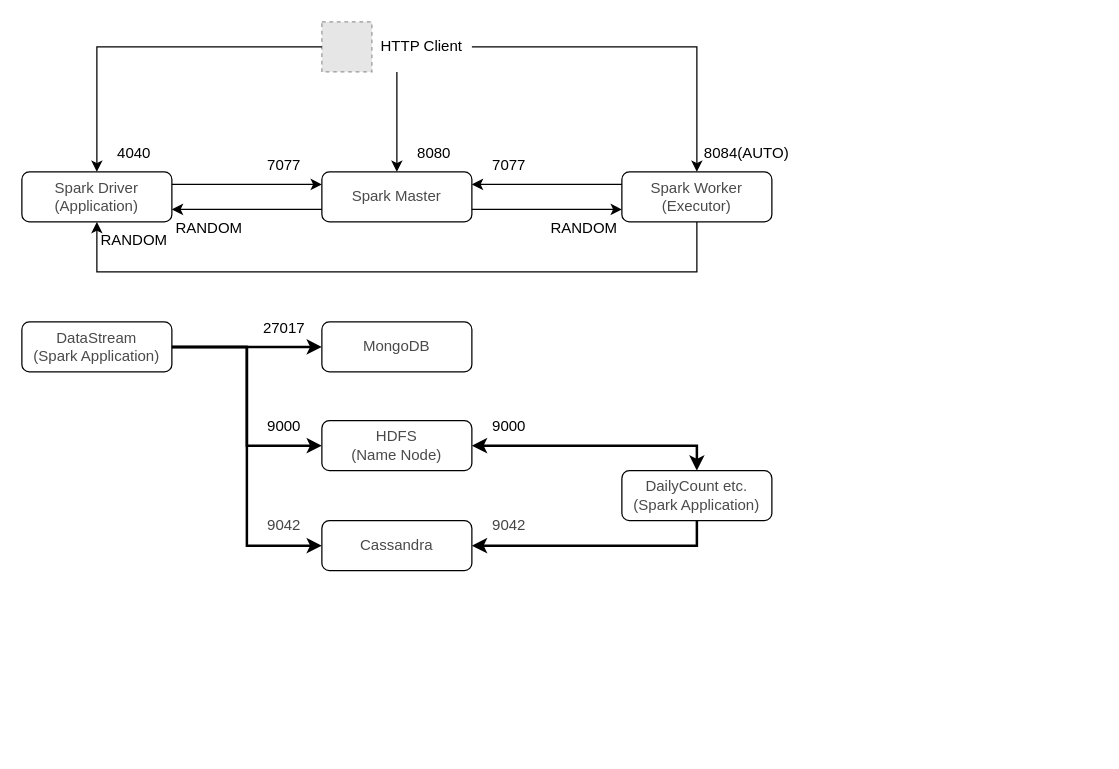
Above: page "Spark" (10 of 14) of Developer's Guide/MataElang Services.drawio in mata-elang-stable/DevelopersGuide (draw.io), before the change. Source tidied: cells renumbered, new cells numbered last; positions are measured from the earlier drawing's top-left corner, leaving out a move shared by most shapes. Both pictures are drawn from the tidied source at 125%, with x=0, y=0 at pixel (21, 21). Pictures stored in the file or linked from it are replaced by grey dashed boxes.
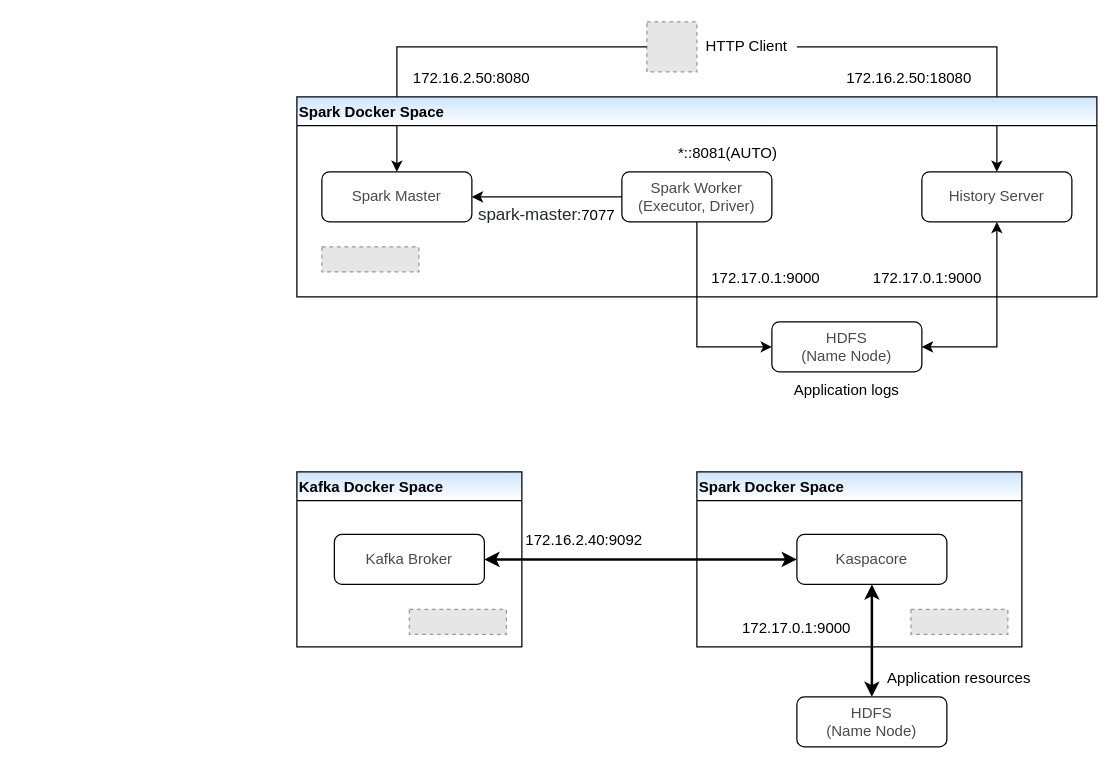
After the change.

Commit message (it also covers changes not shown here):
Add Spark diagram

The edit, as a diff of the source:
```diff
@@
-    <mxCell id="0" />
-    <mxCell id="1" parent="0" />
-    <mxCell id="2" style="group;" parent="1" vertex="1">
-      <mxGeometry width="620" height="200" as="geometry" />
-    </mxCell>
+    <mxCell id="41" />
+    <mxCell id="42" parent="41" />
+    <mxCell id="43" style="group;" parent="42" vertex="1">
+      <mxGeometry x="220" width="640" height="310" as="geometry" />
+    </mxCell>
-    <mxCell id="3" value="&lt;font color=&quot;#4a4a4a&quot;&gt;Spark Master&lt;/font&gt;" style="rounded=1;whiteSpace=wrap;html=1;fontSize=12;glass=0;strokeWidth=1;shadow=0;" parent="2" vertex="1">
-      <mxGeometry x="240" y="120" width="120" height="40" as="geometry" />
+    <mxCell id="3" value="&lt;font color=&quot;#4a4a4a&quot;&gt;Spark Master&lt;/font&gt;" style="rounded=1;whiteSpace=wrap;html=1;fontSize=12;glass=0;strokeWidth=1;shadow=0;" parent="43" vertex="1">
+      <mxGeometry x="20" y="120" width="120" height="40" as="geometry" />
     </mxCell>
-    <mxCell id="4" value="&lt;font color=&quot;#4a4a4a&quot;&gt;Spark Worker&lt;br&gt;(Executor)&lt;br&gt;&lt;/font&gt;" style="rounded=1;whiteSpace=wrap;html=1;fontSize=12;glass=0;strokeWidth=1;shadow=0;" parent="2" vertex="1">
-      <mxGeometry x="480" y="120" width="120" height="40" as="geometry" />
-    </mxCell>
-    <mxCell id="5" value="&lt;font color=&quot;#4a4a4a&quot;&gt;Spark Driver&lt;br&gt;(Application)&lt;br&gt;&lt;/font&gt;" style="rounded=1;whiteSpace=wrap;html=1;fontSize=12;glass=0;strokeWidth=1;shadow=0;" parent="2" vertex="1">
-      <mxGeometry y="120" width="120" height="40" as="geometry" />
-    </mxCell>
-    <mxCell id="6" value="8080" style="text;html=1;strokeColor=none;fillColor=none;align=center;verticalAlign=middle;whiteSpace=wrap;rounded=0;" parent="2" vertex="1">
-      <mxGeometry x="300" y="90" width="60" height="30" as="geometry" />
-    </mxCell>
-    <mxCell id="7" style="group;" parent="2" vertex="1">
-      <mxGeometry x="240" width="120" height="40" as="geometry" />
-    </mxCell>
+    <mxCell id="44" value="&lt;font color=&quot;#4a4a4a&quot;&gt;Spark Worker&lt;br&gt;(Executor, Driver)&lt;br&gt;&lt;/font&gt;" style="rounded=1;whiteSpace=wrap;html=1;fontSize=12;glass=0;strokeWidth=1;shadow=0;" parent="43" vertex="1">
+      <mxGeometry x="260" y="120" width="120" height="40" as="geometry" />
+    </mxCell>
+    <mxCell id="45" value="172.16.2.50:8080" style="text;html=1;strokeColor=none;fillColor=none;align=center;verticalAlign=middle;whiteSpace=wrap;rounded=0;" parent="43" vertex="1">
+      <mxGeometry x="80" y="30" width="120" height="30" as="geometry" />
+    </mxCell>
+    <mxCell id="46" style="group;" parent="43" vertex="1">
+      <mxGeometry x="280" width="120" height="40" as="geometry" />
+    </mxCell>
-    <mxCell id="8" value="HTTP Client" style="rounded=1;whiteSpace=wrap;html=1;fontSize=12;glass=0;strokeWidth=1;shadow=0;strokeColor=none;fillColor=none;" parent="7" vertex="1">
+    <mxCell id="8" value="HTTP Client" style="rounded=1;whiteSpace=wrap;html=1;fontSize=12;glass=0;strokeWidth=1;shadow=0;strokeColor=none;fillColor=none;" parent="46" vertex="1">
       <mxGeometry x="40" width="80" height="40" as="geometry" />
     </mxCell>
-    <mxCell id="9" style="fillColor=#E6E6E6;strokeColor=#999999;dashed=1;verticalLabelPosition=bottom;labelBackgroundColor=#ffffff;verticalAlign=top;" parent="7" vertex="1">
+    <mxCell id="9" style="fillColor=#E6E6E6;strokeColor=#999999;dashed=1;verticalLabelPosition=bottom;labelBackgroundColor=#ffffff;verticalAlign=top;" parent="46" vertex="1">
       <mxGeometry width="40" height="40" as="geometry" />
     </mxCell>
-    <mxCell id="10" style="endArrow=classic;html=1;rounded=0;edgeStyle=orthogonalEdgeStyle;exitX=0.25;exitY=1;exitDx=0;exitDy=0;entryX=0.5;entryY=0;entryDx=0;entryDy=0;" parent="2" edge="1" source="8" target="3">
-      <mxGeometry relative="1" as="geometry" />
-    </mxCell>
-    <mxCell id="11" style="endArrow=classic;html=1;rounded=0;edgeStyle=orthogonalEdgeStyle;exitX=1;exitY=0.5;exitDx=0;exitDy=0;entryX=0.5;entryY=0;entryDx=0;entryDy=0;" parent="2" edge="1" source="8" target="4">
-      <mxGeometry relative="1" as="geometry" />
-    </mxCell>
-    <mxCell id="12" value="8084(AUTO)" style="text;html=1;strokeColor=none;fillColor=none;align=center;verticalAlign=middle;whiteSpace=wrap;rounded=0;" parent="2" vertex="1">
-      <mxGeometry x="540" y="90" width="80" height="30" as="geometry" />
-    </mxCell>
-    <mxCell id="13" style="endArrow=classic;html=1;rounded=0;edgeStyle=orthogonalEdgeStyle;exitX=1;exitY=0.25;exitDx=0;exitDy=0;entryX=0;entryY=0.25;entryDx=0;entryDy=0;" parent="2" edge="1" source="5" target="3">
-      <mxGeometry relative="1" as="geometry" />
-    </mxCell>
-    <mxCell id="14" value="7077" style="text;html=1;strokeColor=none;fillColor=none;align=center;verticalAlign=middle;whiteSpace=wrap;rounded=0;" parent="2" vertex="1">
-      <mxGeometry x="180" y="100" width="60" height="30" as="geometry" />
-    </mxCell>
-    <mxCell id="15" style="endArrow=classic;html=1;rounded=0;edgeStyle=orthogonalEdgeStyle;exitX=0;exitY=0.25;exitDx=0;exitDy=0;" parent="2" edge="1" source="4">
-      <mxGeometry relative="1" as="geometry">
-        <mxPoint x="360" y="130" as="targetPoint" />
-      </mxGeometry>
-    </mxCell>
-    <mxCell id="16" value="7077" style="text;html=1;strokeColor=none;fillColor=none;align=center;verticalAlign=middle;whiteSpace=wrap;rounded=0;" parent="2" vertex="1">
-      <mxGeometry x="360" y="100" width="60" height="30" as="geometry" />
-    </mxCell>
-    <mxCell id="17" style="endArrow=classic;html=1;rounded=0;exitX=1;exitY=0.75;exitDx=0;exitDy=0;entryX=0;entryY=0.75;entryDx=0;entryDy=0;" parent="2" edge="1" source="3" target="4">
-      <mxGeometry relative="1" as="geometry" />
-    </mxCell>
-    <mxCell id="18" value="RANDOM" style="text;html=1;strokeColor=none;fillColor=none;align=center;verticalAlign=middle;whiteSpace=wrap;rounded=0;" parent="2" vertex="1">
-      <mxGeometry x="420" y="150" width="60" height="30" as="geometry" />
-    </mxCell>
-    <mxCell id="19" style="endArrow=classic;html=1;rounded=0;exitX=0;exitY=0.75;exitDx=0;exitDy=0;entryX=1;entryY=0.75;entryDx=0;entryDy=0;" parent="2" edge="1" source="3" target="5">
-      <mxGeometry relative="1" as="geometry" />
-    </mxCell>
-    <mxCell id="20" value="RANDOM" style="text;html=1;strokeColor=none;fillColor=none;align=center;verticalAlign=middle;whiteSpace=wrap;rounded=0;" parent="2" vertex="1">
-      <mxGeometry x="120" y="150" width="60" height="30" as="geometry" />
-    </mxCell>
-    <mxCell id="21" value="4040" style="text;html=1;strokeColor=none;fillColor=none;align=center;verticalAlign=middle;whiteSpace=wrap;rounded=0;" parent="2" vertex="1">
-      <mxGeometry x="60" y="90" width="60" height="30" as="geometry" />
-    </mxCell>
-    <mxCell id="22" style="endArrow=classic;html=1;rounded=0;edgeStyle=orthogonalEdgeStyle;exitX=0.5;exitY=1;exitDx=0;exitDy=0;entryX=0.5;entryY=1;entryDx=0;entryDy=0;" parent="2" edge="1" source="4" target="5">
-      <mxGeometry relative="1" as="geometry">
-        <Array as="points">
-          <mxPoint x="540" y="200" />
-          <mxPoint x="60" y="200" />
-        </Array>
-      </mxGeometry>
-    </mxCell>
-    <mxCell id="23" style="endArrow=classic;html=1;rounded=0;edgeStyle=orthogonalEdgeStyle;exitX=0;exitY=0.5;exitDx=0;exitDy=0;entryX=0.5;entryY=0;entryDx=0;entryDy=0;" parent="2" edge="1" source="9" target="5">
-      <mxGeometry relative="1" as="geometry" />
-    </mxCell>
-    <mxCell id="24" value="RANDOM" style="text;html=1;strokeColor=none;fillColor=none;align=center;verticalAlign=middle;whiteSpace=wrap;rounded=0;" parent="2" vertex="1">
-      <mxGeometry x="60" y="160" width="60" height="30" as="geometry" />
-    </mxCell>
-    <mxCell id="25" style="group;" parent="1" vertex="1">
-      <mxGeometry y="230" width="600" height="209" as="geometry" />
-    </mxCell>
-    <mxCell id="26" value="&lt;font color=&quot;#4a4a4a&quot;&gt;&lt;span style=&quot;background-color: rgb(255 , 255 , 255)&quot;&gt;DataStream&lt;br&gt;(Spark Application)&lt;br&gt;&lt;/span&gt;&lt;/font&gt;" style="rounded=1;whiteSpace=wrap;html=1;fontSize=12;glass=0;strokeWidth=1;shadow=0;" parent="25" vertex="1">
-      <mxGeometry y="10" width="120" height="40" as="geometry" />
-    </mxCell>
-    <mxCell id="27" value="&lt;font color=&quot;#4a4a4a&quot;&gt;&lt;span style=&quot;background-color: rgb(255 , 255 , 255)&quot;&gt;MongoDB&lt;br&gt;&lt;/span&gt;&lt;/font&gt;" style="rounded=1;whiteSpace=wrap;html=1;fontSize=12;glass=0;strokeWidth=1;shadow=0;" parent="25" vertex="1">
-      <mxGeometry x="240" y="10" width="120" height="40" as="geometry" />
-    </mxCell>
-    <mxCell id="28" value="&lt;font color=&quot;#4a4a4a&quot;&gt;&lt;span style=&quot;background-color: rgb(255 , 255 , 255)&quot;&gt;HDFS&lt;br&gt;(Name Node)&lt;br&gt;&lt;/span&gt;&lt;/font&gt;" style="rounded=1;whiteSpace=wrap;html=1;fontSize=12;glass=0;strokeWidth=1;shadow=0;" parent="25" vertex="1">
-      <mxGeometry x="240" y="89" width="120" height="40" as="geometry" />
-    </mxCell>
-    <mxCell id="29" value="&lt;font color=&quot;#4a4a4a&quot;&gt;&lt;span style=&quot;background-color: rgb(255 , 255 , 255)&quot;&gt;Cassandra&lt;br&gt;&lt;/span&gt;&lt;/font&gt;" style="rounded=1;whiteSpace=wrap;html=1;fontSize=12;glass=0;strokeWidth=1;shadow=0;" parent="25" vertex="1">
-      <mxGeometry x="240" y="169" width="120" height="40" as="geometry" />
-    </mxCell>
-    <mxCell id="30" style="edgeStyle=orthogonalEdgeStyle;rounded=0;jettySize=auto;html=1;exitX=0.5;exitY=1;exitDx=0;exitDy=0;startArrow=none;startFill=0;endArrow=classic;endFill=1;entryX=1;entryY=0.5;entryDx=0;entryDy=0;strokeWidth=2;" parent="25" edge="1" source="31" target="29">
-      <mxGeometry relative="1" as="geometry" />
-    </mxCell>
-    <mxCell id="31" value="&lt;font color=&quot;#4a4a4a&quot;&gt;&lt;span style=&quot;background-color: rgb(255 , 255 , 255)&quot;&gt;DailyCount etc.&lt;br&gt;(Spark Application)&lt;br&gt;&lt;/span&gt;&lt;/font&gt;" style="rounded=1;whiteSpace=wrap;html=1;fontSize=12;glass=0;strokeWidth=1;shadow=0;" parent="25" vertex="1">
-      <mxGeometry x="480" y="129" width="120" height="40" as="geometry" />
-    </mxCell>
-    <mxCell id="32" style="endArrow=classic;html=1;rounded=0;edgeStyle=orthogonalEdgeStyle;exitX=1;exitY=0.5;exitDx=0;exitDy=0;entryX=0;entryY=0.5;entryDx=0;entryDy=0;strokeWidth=2;" parent="25" edge="1" source="26" target="27">
-      <mxGeometry relative="1" as="geometry" />
-    </mxCell>
-    <mxCell id="33" style="endArrow=classic;html=1;rounded=0;edgeStyle=orthogonalEdgeStyle;exitX=1;exitY=0.5;exitDx=0;exitDy=0;entryX=0;entryY=0.5;entryDx=0;entryDy=0;strokeWidth=2;" parent="25" edge="1" source="26" target="28">
-      <mxGeometry relative="1" as="geometry" />
-    </mxCell>
-    <mxCell id="34" style="endArrow=classic;html=1;rounded=0;exitX=1;exitY=0.5;exitDx=0;exitDy=0;startArrow=classic;startFill=1;strokeWidth=2;entryX=0.5;entryY=0;entryDx=0;entryDy=0;edgeStyle=orthogonalEdgeStyle;" parent="25" edge="1" source="28" target="31">
-      <mxGeometry relative="1" as="geometry" />
-    </mxCell>
-    <mxCell id="35" style="endArrow=classic;html=1;rounded=0;edgeStyle=orthogonalEdgeStyle;exitX=1;exitY=0.5;exitDx=0;exitDy=0;entryX=0;entryY=0.5;entryDx=0;entryDy=0;strokeWidth=2;" parent="25" edge="1" source="26" target="29">
-      <mxGeometry relative="1" as="geometry" />
-    </mxCell>
-    <mxCell id="36" value="27017" style="text;html=1;strokeColor=none;fillColor=none;align=center;verticalAlign=middle;whiteSpace=wrap;rounded=0;" parent="25" vertex="1">
-      <mxGeometry x="180" width="60" height="30" as="geometry" />
-    </mxCell>
-    <mxCell id="37" value="9000" style="text;html=1;strokeColor=none;fillColor=none;align=center;verticalAlign=middle;whiteSpace=wrap;rounded=0;" parent="25" vertex="1">
-      <mxGeometry x="180" y="79" width="60" height="30" as="geometry" />
-    </mxCell>
-    <mxCell id="38" value="9000" style="text;html=1;strokeColor=none;fillColor=none;align=center;verticalAlign=middle;whiteSpace=wrap;rounded=0;" parent="25" vertex="1">
-      <mxGeometry x="360" y="79" width="60" height="30" as="geometry" />
-    </mxCell>
-    <mxCell id="39" value="&lt;span style=&quot;color: rgb(68, 68, 68); font-size: 12px; font-style: normal; font-weight: 400; letter-spacing: normal; text-indent: 0px; text-transform: none; word-spacing: 0px; background-color: rgb(255, 255, 255); display: inline; float: none;&quot;&gt;9042&lt;/span&gt;" style="text;whiteSpace=wrap;html=1;align=center;" parent="25" vertex="1">
-      <mxGeometry x="180" y="159" width="60" height="30" as="geometry" />
-    </mxCell>
-    <mxCell id="40" value="&lt;span style=&quot;color: rgb(68, 68, 68); font-size: 12px; font-style: normal; font-weight: 400; letter-spacing: normal; text-indent: 0px; text-transform: none; word-spacing: 0px; background-color: rgb(255, 255, 255); display: inline; float: none;&quot;&gt;9042&lt;/span&gt;" style="text;whiteSpace=wrap;html=1;align=center;" parent="25" vertex="1">
-      <mxGeometry x="360" y="159" width="60" height="30" as="geometry" />
-    </mxCell>
+    <mxCell id="47" style="endArrow=classic;html=1;rounded=0;edgeStyle=orthogonalEdgeStyle;exitX=0;exitY=0.5;exitDx=0;exitDy=0;entryX=0.5;entryY=0;entryDx=0;entryDy=0;" parent="43" edge="1" source="9" target="3">
+      <mxGeometry relative="1" as="geometry">
+        <Array as="points">
+          <mxPoint x="80" y="20" />
+        </Array>
+      </mxGeometry>
+    </mxCell>
+    <mxCell id="48" style="endArrow=classic;html=1;rounded=0;edgeStyle=orthogonalEdgeStyle;exitX=1;exitY=0.5;exitDx=0;exitDy=0;entryX=0.5;entryY=0;entryDx=0;entryDy=0;" parent="43" edge="1" source="8" target="52">
+      <mxGeometry relative="1" as="geometry">
+        <Array as="points">
+          <mxPoint x="560" y="20" />
+        </Array>
+      </mxGeometry>
+    </mxCell>
+    <mxCell id="49" value="*::8081(AUTO)" style="text;html=1;strokeColor=none;fillColor=none;align=center;verticalAlign=middle;whiteSpace=wrap;rounded=0;" parent="43" vertex="1">
+      <mxGeometry x="300" y="90" width="90" height="30" as="geometry" />
+    </mxCell>
+    <mxCell id="50" style="endArrow=classic;html=1;rounded=0;edgeStyle=orthogonalEdgeStyle;exitX=0;exitY=0.5;exitDx=0;exitDy=0;entryX=1;entryY=0.5;entryDx=0;entryDy=0;" parent="43" edge="1" source="44" target="3">
+      <mxGeometry relative="1" as="geometry" />
+    </mxCell>
+    <mxCell id="51" value="&lt;span style=&quot;background-color: transparent ; font-family: , , &amp;#34;sf mono&amp;#34; , &amp;#34;menlo&amp;#34; , &amp;#34;consolas&amp;#34; , &amp;#34;liberation mono&amp;#34; , monospace ; font-size: 13.6px ; color: rgb(36 , 41 , 47)&quot;&gt;spark-master&lt;/span&gt;:7077" style="text;html=1;strokeColor=none;fillColor=none;align=center;verticalAlign=middle;whiteSpace=wrap;rounded=0;" parent="43" vertex="1">
+      <mxGeometry x="140" y="140" width="120" height="30" as="geometry" />
+    </mxCell>
+    <mxCell id="52" value="&lt;font color=&quot;#4a4a4a&quot;&gt;History Server&lt;/font&gt;" style="rounded=1;whiteSpace=wrap;html=1;fontSize=12;glass=0;strokeWidth=1;shadow=0;" parent="43" vertex="1">
+      <mxGeometry x="500" y="120" width="120" height="40" as="geometry" />
+    </mxCell>
+    <mxCell id="53" value="&lt;font color=&quot;#4a4a4a&quot;&gt;&lt;span style=&quot;background-color: rgb(255 , 255 , 255)&quot;&gt;HDFS&lt;br&gt;(Name Node)&lt;br&gt;&lt;/span&gt;&lt;/font&gt;" style="rounded=1;whiteSpace=wrap;html=1;fontSize=12;glass=0;strokeWidth=1;shadow=0;" parent="43" vertex="1">
+      <mxGeometry x="380" y="240" width="120" height="40" as="geometry" />
+    </mxCell>
+    <mxCell id="54" value="172.16.2.50:18080" style="text;html=1;strokeColor=none;fillColor=none;align=center;verticalAlign=middle;whiteSpace=wrap;rounded=0;" parent="43" vertex="1">
+      <mxGeometry x="430" y="30" width="120" height="30" as="geometry" />
+    </mxCell>
+    <mxCell id="55" style="endArrow=classic;html=1;rounded=0;exitX=0.5;exitY=1;exitDx=0;exitDy=0;entryX=1;entryY=0.5;entryDx=0;entryDy=0;edgeStyle=orthogonalEdgeStyle;startArrow=classic;startFill=1;endFill=1;strokeWidth=1;" parent="43" edge="1" source="52" target="53">
+      <mxGeometry relative="1" as="geometry" />
+    </mxCell>
+    <mxCell id="56" style="endArrow=classic;html=1;rounded=0;exitX=0.5;exitY=1;exitDx=0;exitDy=0;entryX=0;entryY=0.5;entryDx=0;entryDy=0;edgeStyle=orthogonalEdgeStyle;strokeWidth=1;" parent="43" edge="1" source="44" target="53">
+      <mxGeometry relative="1" as="geometry" />
+    </mxCell>
+    <mxCell id="57" value="Application logs" style="text;html=1;strokeColor=none;fillColor=none;align=center;verticalAlign=middle;whiteSpace=wrap;rounded=0;" parent="43" vertex="1">
+      <mxGeometry x="390" y="280" width="100" height="30" as="geometry" />
+    </mxCell>
+    <mxCell id="58" value="Spark Docker Space" style="swimlane;strokeColor=default;fillColor=#CCE5FF;align=left;gradientColor=#ffffff;swimlaneFillColor=none;" parent="43" vertex="1">
+      <mxGeometry y="60" width="640" height="160" as="geometry" />
+    </mxCell>
+    <mxCell id="59" style="fillColor=#E6E6E6;strokeColor=#999999;dashed=1;verticalLabelPosition=bottom;labelBackgroundColor=#ffffff;verticalAlign=top;" parent="58" vertex="1">
+      <mxGeometry x="20" y="120" width="77.6" height="20" as="geometry" />
+    </mxCell>
+    <mxCell id="60" value="172.17.0.1:9000" style="text;html=1;strokeColor=none;fillColor=none;align=left;verticalAlign=middle;whiteSpace=wrap;rounded=0;" parent="58" vertex="1">
+      <mxGeometry x="330" y="130" width="100" height="30" as="geometry" />
+    </mxCell>
+    <mxCell id="61" value="172.17.0.1:9000" style="text;html=1;strokeColor=none;fillColor=none;align=right;verticalAlign=middle;whiteSpace=wrap;rounded=0;" parent="58" vertex="1">
+      <mxGeometry x="450" y="130" width="100" height="30" as="geometry" />
+    </mxCell>
+    <mxCell id="62" style="group;" parent="42" vertex="1">
+      <mxGeometry x="220" y="360" width="600" height="220" as="geometry" />
+    </mxCell>
+    <mxCell id="63" value="172.16.2.40:9092" style="text;html=1;strokeColor=none;fillColor=none;align=center;verticalAlign=middle;whiteSpace=wrap;rounded=0;" parent="62" vertex="1">
+      <mxGeometry x="180" y="40" width="100" height="30" as="geometry" />
+    </mxCell>
+    <mxCell id="64" value="&lt;font color=&quot;#4a4a4a&quot;&gt;&lt;span style=&quot;background-color: rgb(255 , 255 , 255)&quot;&gt;HDFS&lt;br&gt;(Name Node)&lt;br&gt;&lt;/span&gt;&lt;/font&gt;" style="rounded=1;whiteSpace=wrap;html=1;fontSize=12;glass=0;strokeWidth=1;shadow=0;" parent="62" vertex="1">
+      <mxGeometry x="400" y="180" width="120" height="40" as="geometry" />
+    </mxCell>
+    <mxCell id="65" style="endArrow=classic;html=1;rounded=0;strokeWidth=2;startArrow=classic;startFill=1;exitX=0.5;exitY=1;exitDx=0;exitDy=0;" parent="62" edge="1" source="69" target="64">
+      <mxGeometry relative="1" as="geometry" />
+    </mxCell>
+    <mxCell id="66" value="Spark Docker Space" style="swimlane;strokeColor=default;fillColor=#CCE5FF;align=left;gradientColor=#ffffff;swimlaneFillColor=none;" parent="62" vertex="1">
+      <mxGeometry x="320" width="260" height="140" as="geometry" />
+    </mxCell>
+    <mxCell id="67" style="fillColor=#E6E6E6;strokeColor=#999999;dashed=1;verticalLabelPosition=bottom;labelBackgroundColor=#ffffff;verticalAlign=top;" parent="66" vertex="1">
+      <mxGeometry x="171.2" y="110" width="77.6" height="20" as="geometry" />
+    </mxCell>
+    <mxCell id="68" value="&lt;span style=&quot;text-align: left&quot;&gt;172.17.0.1:9000&lt;/span&gt;" style="text;html=1;strokeColor=none;fillColor=none;align=center;verticalAlign=middle;whiteSpace=wrap;rounded=0;" parent="66" vertex="1">
+      <mxGeometry x="30" y="110" width="100" height="30" as="geometry" />
+    </mxCell>
+    <mxCell id="69" value="&lt;span style=&quot;color: rgb(74 , 74 , 74)&quot;&gt;Kaspacore&lt;/span&gt;&lt;font color=&quot;#4a4a4a&quot;&gt;&lt;span style=&quot;background-color: rgb(255 , 255 , 255)&quot;&gt;&lt;br&gt;&lt;/span&gt;&lt;/font&gt;" style="rounded=1;whiteSpace=wrap;html=1;fontSize=12;glass=0;strokeWidth=1;shadow=0;" parent="66" vertex="1">
+      <mxGeometry x="80" y="50" width="120" height="40" as="geometry" />
+    </mxCell>
+    <mxCell id="70" value="Kafka Docker Space" style="swimlane;strokeColor=default;fillColor=#CCE5FF;align=left;gradientColor=#ffffff;swimlaneFillColor=none;" parent="62" vertex="1">
+      <mxGeometry width="180" height="140" as="geometry" />
+    </mxCell>
+    <mxCell id="71" style="fillColor=#E6E6E6;strokeColor=#999999;dashed=1;verticalLabelPosition=bottom;labelBackgroundColor=#ffffff;verticalAlign=top;" parent="70" vertex="1">
+      <mxGeometry x="90" y="110" width="77.6" height="20" as="geometry" />
+    </mxCell>
+    <mxCell id="72" value="&lt;font color=&quot;#4a4a4a&quot;&gt;&lt;span style=&quot;background-color: rgb(255 , 255 , 255)&quot;&gt;Kafka Broker&lt;/span&gt;&lt;/font&gt;" style="rounded=1;whiteSpace=wrap;html=1;fontSize=12;glass=0;strokeWidth=1;shadow=0;" parent="70" vertex="1">
+      <mxGeometry x="30" y="50" width="120" height="40" as="geometry" />
+    </mxCell>
+    <mxCell id="73" style="endArrow=classic;startArrow=classic;html=1;rounded=0;entryX=1;entryY=0.5;entryDx=0;entryDy=0;exitX=0;exitY=0.5;exitDx=0;exitDy=0;strokeWidth=2;" parent="62" edge="1" source="69" target="72">
+      <mxGeometry relative="1" as="geometry" />
+    </mxCell>
+    <mxCell id="74" value="Application resources" style="text;html=1;strokeColor=none;fillColor=none;align=center;verticalAlign=middle;whiteSpace=wrap;rounded=0;" parent="62" vertex="1">
+      <mxGeometry x="460" y="150" width="140" height="30" as="geometry" />
+    </mxCell>
```
